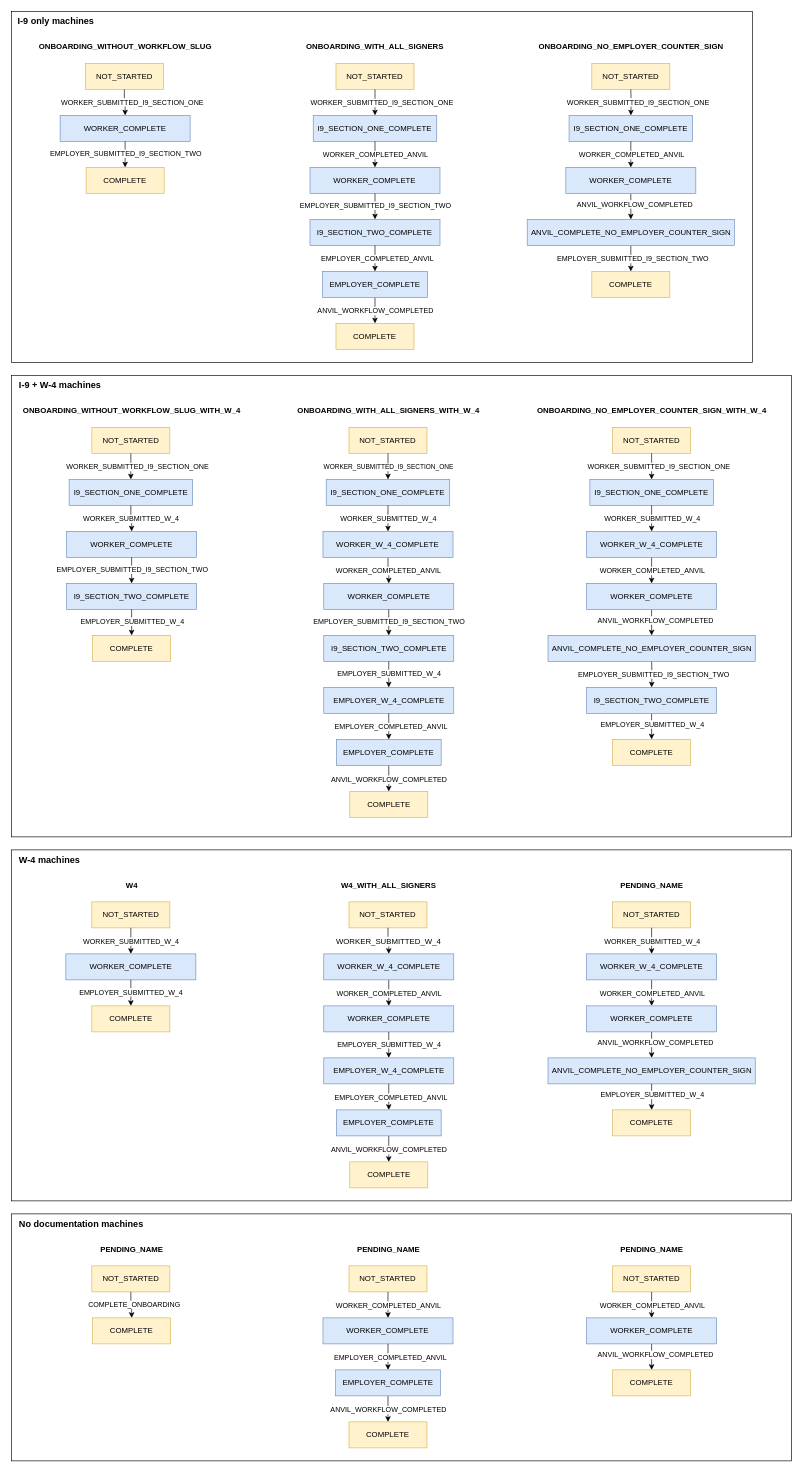
baldore/angelo keeps this draw.io diagram as state machines.drawio. Above is the earlier version. Source tidied: cells renumbered, new cells numbered last; positions are measured from the earlier drawing's top-left corner, leaving out a move shared by most shapes. Both pictures are drawn from the tidied source at 65%, with x=0, y=0 at pixel (11, 11).
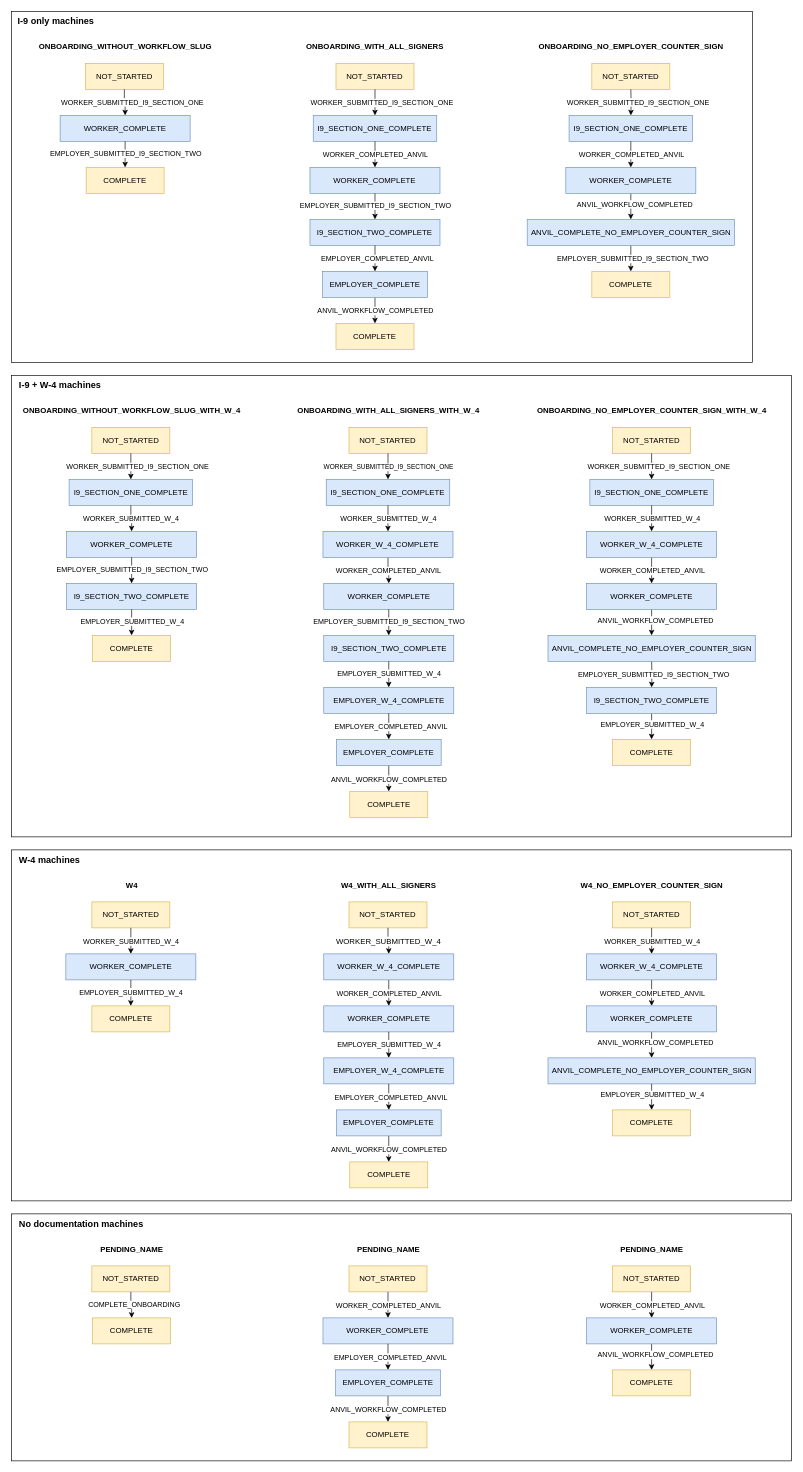
The same page after the edit.

Change to the diagram source:
```diff
@@
-    <mxCell id="131" value="PENDING_NAME" style="text;html=1;align=center;verticalAlign=middle;strokeColor=none;fillColor=none;fontStyle=1;fontSize=12;" parent="1" vertex="1">
-      <mxGeometry x="925" y="1330" width="120" height="30" as="geometry" />
+    <mxCell id="131" value="W4_NO_EMPLOYER_COUNTER_SIGN" style="text;html=1;align=center;verticalAlign=middle;strokeColor=none;fillColor=none;fontStyle=1;fontSize=12;" parent="1" vertex="1">
+      <mxGeometry x="865" y="1330" width="240" height="30" as="geometry" />
     </mxCell>
```
